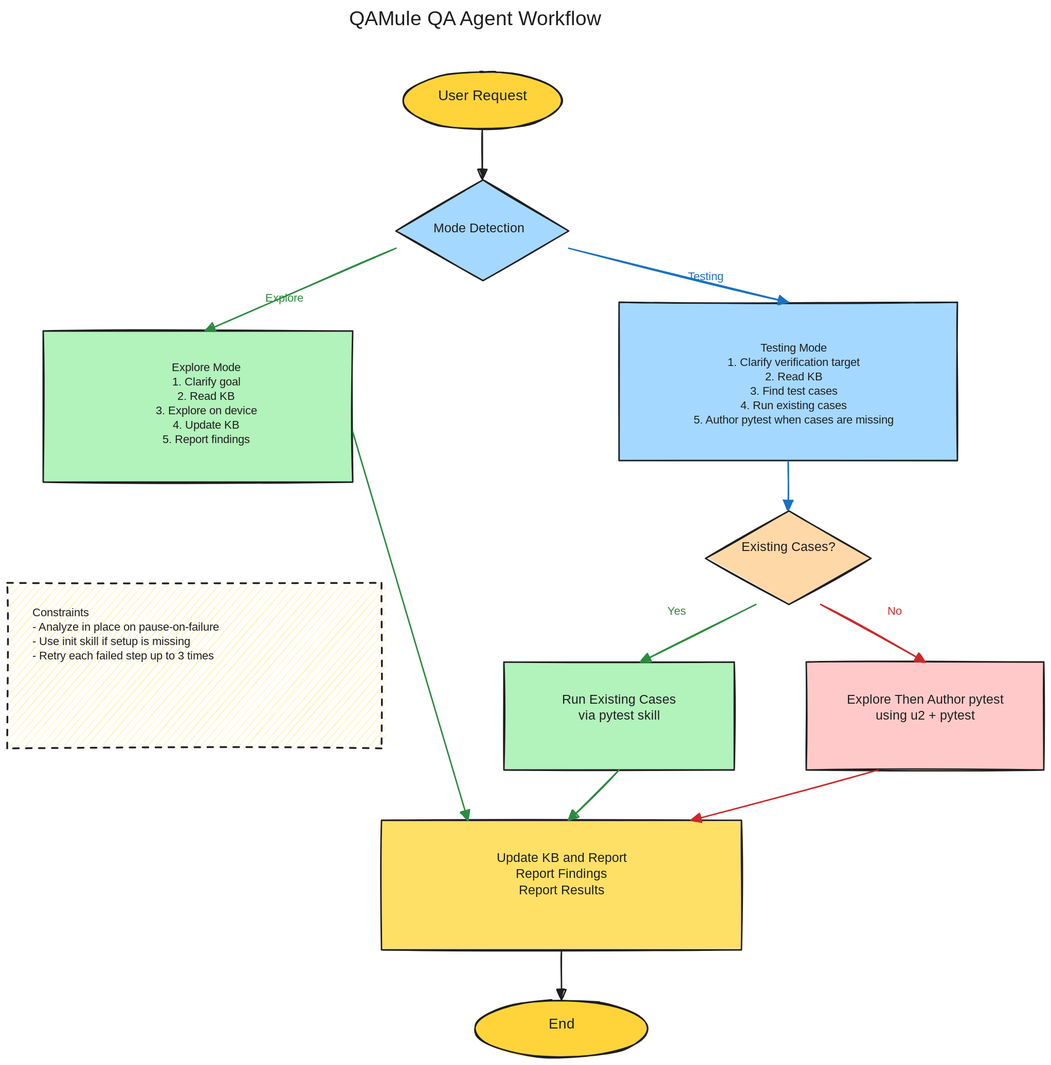
Above: qa-agent-workflow-bilingual.excalidraw.svg in lanbaoshen/QAMule (Excalidraw), before the change. Source tidied: one line per element, renumbered; positions are measured from the earlier drawing's top-left corner, leaving out a move shared by most shapes.
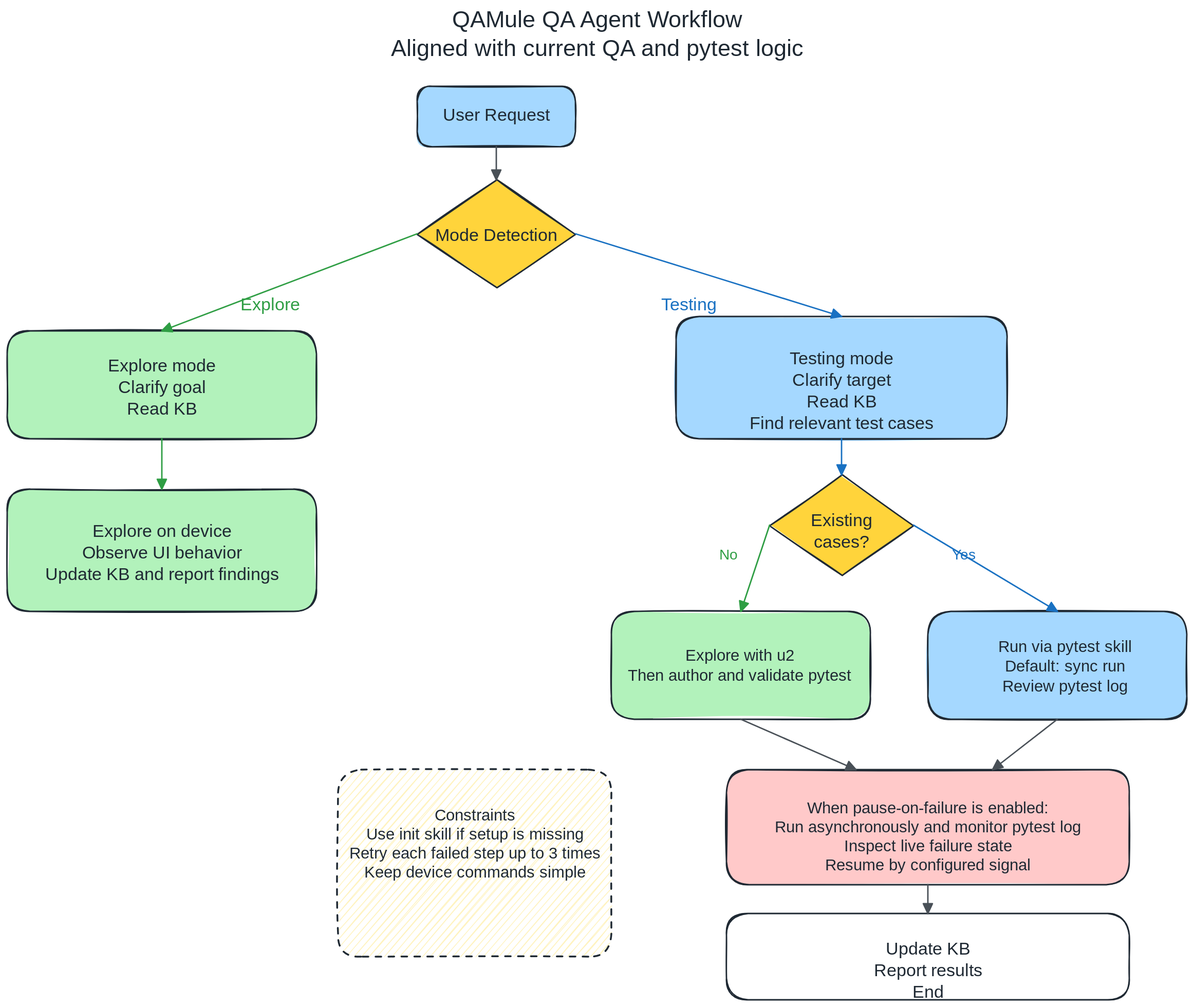
The same file after the commit.

Commit message:
refactor: Refactor pytest skill and  optimize the pytest process monitor in QA Agent

Change to the diagram source:
```diff
@@ -1,35 +1,37 @@
-{"id": 0, "type": "text", "text": "QAMule QA Agent Workflow", "strokeColor": "#1e1e1e", "strokeWidth": 1, "roughness": 0, "fontSize": 28, "fontFamily": 5, "textAlign": "center", "verticalAlign": "middle", "x": 400, "y": 0, "width": 500, "height": 64}
-{"id": 1, "type": "ellipse", "strokeColor": "#1e1e1e", "backgroundColor": "#ffd43b", "fillStyle": "solid", "strokeWidth": 2, "roughness": 1, "x": 550, "y": 90, "width": 220, "height": 80}
+{"id": 35, "type": "text", "text": "QAMule QA Agent Workflow\nAligned with current QA and pytest logic", "strokeColor": "#1f2933", "strokeWidth": 1, "roughness": 0, "fontSize": 32, "fontFamily": 5, "textAlign": "center", "verticalAlign": "middle", "x": 360, "y": 0, "width": 940, "height": 80}
+{"id": 36, "type": "rectangle", "strokeColor": "#1f2933", "backgroundColor": "#a5d8ff", "fillStyle": "solid", "strokeWidth": 2, "roughness": 1, "round": true, "x": 580, "y": 110, "width": 220, "height": 84}
-{"id": 2, "type": "text", "text": "User Request", "strokeColor": "#1e1e1e", "strokeWidth": 1, "roughness": 0, "fontSize": 20, "fontFamily": 5, "textAlign": "center", "verticalAlign": "middle", "x": 590, "y": 112, "width": 140, "height": 40}
+{"id": 2, "type": "text", "text": "User Request", "strokeColor": "#1f2933", "strokeWidth": 1, "roughness": 0, "fontSize": 24, "fontFamily": 5, "textAlign": "center", "verticalAlign": "middle", "x": 628, "y": 137, "width": 124, "height": 30}
-{"id": 3, "type": "diamond", "strokeColor": "#1e1e1e", "backgroundColor": "#a5d8ff", "fillStyle": "solid", "strokeWidth": 2, "roughness": 1, "x": 540, "y": 240, "width": 240, "height": 140}
+{"id": 37, "type": "diamond", "strokeColor": "#1f2933", "backgroundColor": "#ffd43b", "fillStyle": "solid", "strokeWidth": 2, "roughness": 1, "x": 580, "y": 240, "width": 220, "height": 150}
-{"id": 4, "type": "text", "text": "Mode Detection", "strokeColor": "#1e1e1e", "strokeWidth": 1, "roughness": 0, "fontSize": 18, "fontFamily": 5, "textAlign": "center", "verticalAlign": "middle", "x": 586, "y": 297, "width": 139, "height": 22}
+{"id": 4, "type": "text", "text": "Mode Detection", "strokeColor": "#1f2933", "strokeWidth": 1, "roughness": 0, "fontSize": 24, "fontFamily": 5, "textAlign": "center", "verticalAlign": "middle", "x": 580, "y": 304, "width": 220, "height": 30}
-{"id": 5, "type": "rectangle", "strokeColor": "#1e1e1e", "backgroundColor": "#b2f2bb", "fillStyle": "solid", "strokeWidth": 2, "roughness": 1, "x": 50, "y": 450, "width": 430, "height": 210}
-{"id": 6, "type": "text", "text": "Explore Mode\n1. Clarify goal\n2. Read KB\n3. Explore on device\n4. Update KB\n5. Report findings", "strokeColor": "#1e1e1e", "strokeWidth": 1, "roughness": 0, "fontSize": 16, "fontFamily": 5, "textAlign": "center", "verticalAlign": "middle", "x": 198, "y": 492, "width": 156, "height": 120}
-{"id": 7, "type": "rectangle", "strokeColor": "#1e1e1e", "backgroundColor": "#a5d8ff", "fillStyle": "solid", "strokeWidth": 2, "roughness": 1, "x": 850, "y": 410, "width": 470, "height": 220}
-{"id": 8, "type": "text", "text": "Testing Mode\n1. Clarify verification target\n2. Read KB\n3. Find test cases\n4. Run existing cases\n5. Author pytest when cases are missing", "strokeColor": "#1e1e1e", "strokeWidth": 1, "roughness": 0, "fontSize": 16, "fontFamily": 5, "textAlign": "center", "verticalAlign": "middle", "x": 935, "y": 465, "width": 316, "height": 120}
-{"id": 9, "type": "diamond", "strokeColor": "#1e1e1e", "backgroundColor": "#ffd8a8", "fillStyle": "solid", "strokeWidth": 2, "roughness": 1, "x": 970, "y": 700, "width": 230, "height": 130}
+{"id": 38, "type": "rectangle", "strokeColor": "#1f2933", "backgroundColor": "#b2f2bb", "fillStyle": "solid", "strokeWidth": 2, "roughness": 1, "round": true, "x": 10, "y": 450, "width": 430, "height": 150}
+{"id": 39, "type": "text", "text": "Explore mode\nClarify goal\nRead KB", "strokeColor": "#1f2933", "strokeWidth": 1, "roughness": 0, "fontSize": 24, "fontFamily": 5, "textAlign": "center", "verticalAlign": "middle", "x": 70, "y": 485, "width": 310, "height": 80}
+{"id": 40, "type": "rectangle", "strokeColor": "#1f2933", "backgroundColor": "#b2f2bb", "fillStyle": "solid", "strokeWidth": 2, "roughness": 1, "round": true, "x": 10, "y": 670, "width": 430, "height": 170}
+{"id": 41, "type": "text", "text": "Explore on device\nObserve UI behavior\nUpdate KB and report findings", "strokeColor": "#1f2933", "strokeWidth": 1, "roughness": 0, "fontSize": 24, "fontFamily": 5, "textAlign": "center", "verticalAlign": "middle", "x": 50, "y": 715, "width": 350, "height": 80}
+{"id": 42, "type": "rectangle", "strokeColor": "#1f2933", "backgroundColor": "#a5d8ff", "fillStyle": "solid", "strokeWidth": 2, "roughness": 1, "round": true, "x": 940, "y": 430, "width": 460, "height": 170}
+{"id": 43, "type": "text", "text": "Testing mode\nClarify target\nRead KB\nFind relevant test cases", "strokeColor": "#1f2933", "strokeWidth": 1, "roughness": 0, "fontSize": 24, "fontFamily": 5, "textAlign": "center", "verticalAlign": "middle", "x": 1005, "y": 475, "width": 330, "height": 80}
+{"id": 44, "type": "diamond", "strokeColor": "#1f2933", "backgroundColor": "#ffd43b", "fillStyle": "solid", "strokeWidth": 2, "roughness": 1, "x": 1070, "y": 650, "width": 200, "height": 140}
-{"id": 10, "type": "text", "text": "Existing Cases?", "strokeColor": "#1e1e1e", "strokeWidth": 1, "roughness": 0, "fontSize": 18, "fontFamily": 5, "textAlign": "center", "verticalAlign": "middle", "x": 1000, "y": 740, "width": 170, "height": 50}
+{"id": 10, "type": "text", "text": "Existing\ncases?", "strokeColor": "#1f2933", "strokeWidth": 1, "roughness": 0, "fontSize": 24, "fontFamily": 5, "textAlign": "center", "verticalAlign": "middle", "x": 1108, "y": 700, "width": 124, "height": 40}
-{"id": 11, "type": "rectangle", "strokeColor": "#1e1e1e", "backgroundColor": "#b2f2bb", "fillStyle": "solid", "strokeWidth": 2, "roughness": 1, "x": 690, "y": 910, "width": 320, "height": 150}
+{"id": 45, "type": "rectangle", "strokeColor": "#1f2933", "backgroundColor": "#b2f2bb", "fillStyle": "solid", "strokeWidth": 2, "roughness": 1, "round": true, "x": 850, "y": 840, "width": 360, "height": 150}
+{"id": 14, "type": "text", "text": "Explore with u2\nThen author and validate pytest", "strokeColor": "#1f2933", "strokeWidth": 1, "roughness": 0, "fontSize": 22, "fontFamily": 5, "textAlign": "center", "verticalAlign": "middle", "x": 851, "y": 889, "width": 355, "height": 55}
+{"id": 46, "type": "rectangle", "strokeColor": "#1f2933", "backgroundColor": "#a5d8ff", "fillStyle": "solid", "strokeWidth": 2, "roughness": 1, "round": true, "x": 1290, "y": 840, "width": 360, "height": 150}
-{"id": 12, "type": "text", "text": "Run Existing Cases\nvia pytest skill", "strokeColor": "#1e1e1e", "strokeWidth": 1, "roughness": 0, "fontSize": 18, "fontFamily": 5, "textAlign": "center", "verticalAlign": "middle", "x": 730, "y": 952, "width": 240, "height": 66}
+{"id": 12, "type": "text", "text": "Run via pytest skill\nDefault: sync run\nReview pytest log", "strokeColor": "#1f2933", "strokeWidth": 1, "roughness": 0, "fontSize": 22, "fontFamily": 5, "textAlign": "center", "verticalAlign": "middle", "x": 1378, "y": 877, "width": 206, "height": 82}
-{"id": 13, "type": "rectangle", "strokeColor": "#1e1e1e", "backgroundColor": "#ffc9c9", "fillStyle": "solid", "strokeWidth": 2, "roughness": 1, "x": 1110, "y": 910, "width": 330, "height": 150}
-{"id": 14, "type": "text", "text": "Explore Then Author pytest\nusing u2 + pytest", "strokeColor": "#1e1e1e", "strokeWidth": 1, "roughness": 0, "fontSize": 18, "fontFamily": 5, "textAlign": "center", "verticalAlign": "middle", "x": 1145, "y": 952, "width": 260, "height": 66}
-{"id": 15, "type": "rectangle", "strokeColor": "#1e1e1e", "backgroundColor": "#ffe066", "fillStyle": "solid", "strokeWidth": 2, "roughness": 1, "x": 520, "y": 1130, "width": 500, "height": 180}
+{"id": 47, "type": "rectangle", "strokeColor": "#1f2933", "backgroundColor": "#ffc9c9", "fillStyle": "solid", "strokeWidth": 2, "roughness": 1, "round": true, "x": 1010, "y": 1060, "width": 560, "height": 160}
+{"id": 48, "type": "text", "text": "When pause-on-failure is enabled:\nRun asynchronously and monitor pytest log\nInspect live failure state\nResume by configured signal", "strokeColor": "#1f2933", "strokeWidth": 1, "roughness": 0, "fontSize": 22, "fontFamily": 5, "textAlign": "center", "verticalAlign": "middle", "x": 1080, "y": 1102, "width": 420, "height": 76}
+{"id": 49, "type": "rectangle", "strokeColor": "#1f2933", "backgroundColor": "#ffffff", "fillStyle": "solid", "strokeWidth": 2, "roughness": 1, "round": true, "x": 1010, "y": 1260, "width": 560, "height": 120}
-{"id": 16, "type": "text", "text": "Update KB and Report\nReport Findings\nReport Results", "strokeColor": "#1e1e1e", "strokeWidth": 1, "roughness": 0, "fontSize": 18, "fontFamily": 5, "textAlign": "center", "verticalAlign": "middle", "x": 565, "y": 1172, "width": 410, "height": 96}
+{"id": 16, "type": "text", "text": "Update KB\nReport results\nEnd", "strokeColor": "#1f2933", "strokeWidth": 1, "roughness": 0, "fontSize": 24, "fontFamily": 5, "textAlign": "center", "verticalAlign": "middle", "x": 1170, "y": 1296, "width": 240, "height": 48}
-{"id": 17, "type": "ellipse", "strokeColor": "#1e1e1e", "backgroundColor": "#ffd43b", "fillStyle": "solid", "strokeWidth": 2, "roughness": 1, "x": 650, "y": 1380, "width": 240, "height": 80}
-{"id": 18, "type": "text", "text": "End", "strokeColor": "#1e1e1e", "strokeWidth": 1, "roughness": 0, "fontSize": 20, "fontFamily": 5, "textAlign": "center", "verticalAlign": "middle", "x": 715, "y": 1402, "width": 110, "height": 40}
-{"id": 19, "type": "rectangle", "strokeColor": "#1e1e1e", "backgroundColor": "#fff3bf", "fillStyle": "hachure", "strokeWidth": 2, "strokeStyle": "dashed", "roughness": 1, "x": 0, "y": 800, "width": 520, "height": 230}
-{"id": 20, "type": "text", "text": "Constraints\n- Analyze in place on pause-on-failure\n- Use init skill if setup is missing\n- Retry each failed step up to 3 times", "strokeColor": "#1e1e1e", "strokeWidth": 1, "roughness": 0, "fontSize": 16, "fontFamily": 5, "verticalAlign": "middle", "x": 35, "y": 832, "width": 301, "height": 80}
-{"id": 21, "type": "arrow", "strokeColor": "#1e1e1e", "strokeWidth": 2, "roughness": 1, "endArrowhead": "triangle", "x": 660, "y": 171, "width": 0, "height": 68, "points": [[0, 0], [0, 68]]}
+{"id": 50, "type": "rectangle", "strokeColor": "#1f2933", "backgroundColor": "#fff3bf", "fillStyle": "hachure", "strokeWidth": 2, "strokeStyle": "dashed", "roughness": 1, "round": true, "x": 470, "y": 1060, "width": 380, "height": 260}
+{"id": 51, "type": "text", "text": "Constraints\nUse init skill if setup is missing\nRetry each failed step up to 3 times\nKeep device commands simple", "strokeColor": "#1f2933", "strokeWidth": 1, "roughness": 0, "fontSize": 22, "fontFamily": 5, "textAlign": "center", "verticalAlign": "middle", "x": 515, "y": 1112, "width": 290, "height": 156}
+{"id": 23, "type": "text", "text": "Explore", "strokeColor": "#2f9e44", "strokeWidth": 1, "roughness": 0, "fontSize": 24, "fontFamily": 5, "textAlign": "center", "verticalAlign": "middle", "x": 335, "y": 400, "width": 82, "height": 28}
+{"id": 25, "type": "text", "text": "Testing", "strokeColor": "#1971c2", "strokeWidth": 1, "roughness": 0, "fontSize": 24, "fontFamily": 5, "textAlign": "center", "verticalAlign": "middle", "x": 916, "y": 400, "width": 84, "height": 28}
+{"id": 29, "type": "text", "text": "Yes", "strokeColor": "#1971c2", "strokeWidth": 1, "roughness": 0, "fontSize": 20, "fontFamily": 5, "textAlign": "center", "verticalAlign": "middle", "x": 1320, "y": 750, "width": 40, "height": 24}
+{"id": 31, "type": "text", "text": "No", "strokeColor": "#2f9e44", "strokeWidth": 1, "roughness": 0, "fontSize": 20, "fontFamily": 5, "textAlign": "center", "verticalAlign": "middle", "x": 998, "y": 750, "width": 30, "height": 24}
+{"id": 52, "type": "arrow", "strokeColor": "#495057", "strokeWidth": 2, "roughness": 0, "endArrowhead": "triangle", "round": true, "x": 690, "y": 194, "width": 0, "height": 46, "points": [[0, 0], [0, 46]]}
-{"id": 22, "type": "arrow", "strokeColor": "#2b8a3e", "strokeWidth": 2, "roughness": 1, "endArrowhead": "triangle", "x": 540, "y": 335, "width": 265, "height": 115, "points": [[0, 0], [-265, 115]]}
+{"id": 22, "type": "arrow", "strokeColor": "#2f9e44", "strokeWidth": 2, "roughness": 0, "endArrowhead": "triangle", "round": true, "x": 580, "y": 315, "width": 355, "height": 135, "points": [[0, 0], [-355, 135]]}
-{"id": 23, "type": "text", "text": "Explore", "strokeColor": "#2b8a3e", "strokeWidth": 1, "roughness": 0, "fontSize": 16, "fontFamily": 5, "textAlign": "center", "verticalAlign": "middle", "x": 320, "y": 395, "width": 130, "height": 40}
-{"id": 24, "type": "arrow", "strokeColor": "#1971c2", "strokeWidth": 2, "roughness": 1, "endArrowhead": "triangle", "x": 780, "y": 335, "width": 305, "height": 75, "points": [[0, 0], [305, 75]]}
+{"id": 24, "type": "arrow", "strokeColor": "#1971c2", "strokeWidth": 2, "roughness": 0, "endArrowhead": "triangle", "round": true, "x": 800, "y": 315, "width": 370, "height": 115, "points": [[0, 0], [370, 115]]}
-{"id": 25, "type": "text", "text": "Testing", "strokeColor": "#1971c2", "strokeWidth": 1, "roughness": 0, "fontSize": 16, "fontFamily": 5, "textAlign": "center", "verticalAlign": "middle", "x": 905, "y": 365, "width": 130, "height": 40}
-{"id": 26, "type": "arrow", "strokeColor": "#2b8a3e", "strokeWidth": 2, "roughness": 1, "endArrowhead": "triangle", "x": 480, "y": 590, "width": 160, "height": 540, "points": [[0, 0], [160, 540]]}
+{"id": 53, "type": "arrow", "strokeColor": "#2f9e44", "strokeWidth": 2, "roughness": 0, "endArrowhead": "triangle", "round": true, "x": 225, "y": 600, "width": 0, "height": 70, "points": [[0, 0], [0, 70]]}
-{"id": 27, "type": "arrow", "strokeColor": "#1971c2", "strokeWidth": 2, "roughness": 1, "endArrowhead": "triangle", "x": 1085, "y": 631, "width": 0, "height": 68, "points": [[0, 0], [0, 68]]}
+{"id": 27, "type": "arrow", "strokeColor": "#1971c2", "strokeWidth": 2, "roughness": 0, "endArrowhead": "triangle", "round": true, "x": 1170, "y": 600, "width": 0, "height": 50, "points": [[0, 0], [0, 50]]}
-{"id": 28, "type": "arrow", "strokeColor": "#2b8a3e", "strokeWidth": 2, "roughness": 1, "endArrowhead": "triangle", "x": 1040, "y": 830, "width": 160, "height": 80, "points": [[0, 0], [-160, 80]]}
+{"id": 28, "type": "arrow", "strokeColor": "#1971c2", "strokeWidth": 2, "roughness": 0, "endArrowhead": "triangle", "round": true, "x": 1270, "y": 720, "width": 200, "height": 120, "points": [[0, 0], [200, 120]]}
-{"id": 29, "type": "text", "text": "Yes", "strokeColor": "#2b8a3e", "strokeWidth": 1, "roughness": 0, "fontSize": 16, "fontFamily": 5, "textAlign": "center", "verticalAlign": "middle", "x": 895, "y": 830, "width": 70, "height": 24}
-{"id": 30, "type": "arrow", "strokeColor": "#c92a2a", "strokeWidth": 2, "roughness": 1, "endArrowhead": "triangle", "x": 1130, "y": 830, "width": 145, "height": 80, "points": [[0, 0], [145, 80]]}
+{"id": 30, "type": "arrow", "strokeColor": "#2f9e44", "strokeWidth": 2, "roughness": 0, "endArrowhead": "triangle", "round": true, "x": 1070, "y": 720, "width": 40, "height": 120, "points": [[0, 0], [-40, 120]]}
-{"id": 31, "type": "text", "text": "No", "strokeColor": "#c92a2a", "strokeWidth": 1, "roughness": 0, "fontSize": 16, "fontFamily": 5, "textAlign": "center", "verticalAlign": "middle", "x": 1198, "y": 830, "width": 70, "height": 24}
-{"id": 32, "type": "arrow", "strokeColor": "#2b8a3e", "strokeWidth": 2, "roughness": 1, "endArrowhead": "triangle", "x": 850, "y": 1060, "width": 70, "height": 70, "points": [[0, 0], [-70, 70]]}
-{"id": 33, "type": "arrow", "strokeColor": "#c92a2a", "strokeWidth": 2, "roughness": 1, "endArrowhead": "triangle", "x": 1210, "y": 1060, "width": 260, "height": 70, "points": [[0, 0], [-260, 70]]}
-{"id": 34, "type": "arrow", "strokeColor": "#1e1e1e", "strokeWidth": 2, "roughness": 1, "endArrowhead": "triangle", "x": 770, "y": 1311, "width": 0, "height": 68, "points": [[0, 0], [0, 68]]}
+{"id": 54, "type": "arrow", "strokeColor": "#495057", "strokeWidth": 2, "roughness": 0, "endArrowhead": "triangle", "round": true, "x": 1030, "y": 990, "width": 160, "height": 70, "points": [[0, 0], [160, 70]]}
+{"id": 55, "type": "arrow", "strokeColor": "#495057", "strokeWidth": 2, "roughness": 0, "endArrowhead": "triangle", "round": true, "x": 1470, "y": 990, "width": 90, "height": 70, "points": [[0, 0], [-90, 70]]}
+{"id": 56, "type": "arrow", "strokeColor": "#495057", "strokeWidth": 2, "roughness": 0, "endArrowhead": "triangle", "round": true, "x": 1290, "y": 1220, "width": 0, "height": 40, "points": [[0, 0], [0, 40]]}
```
